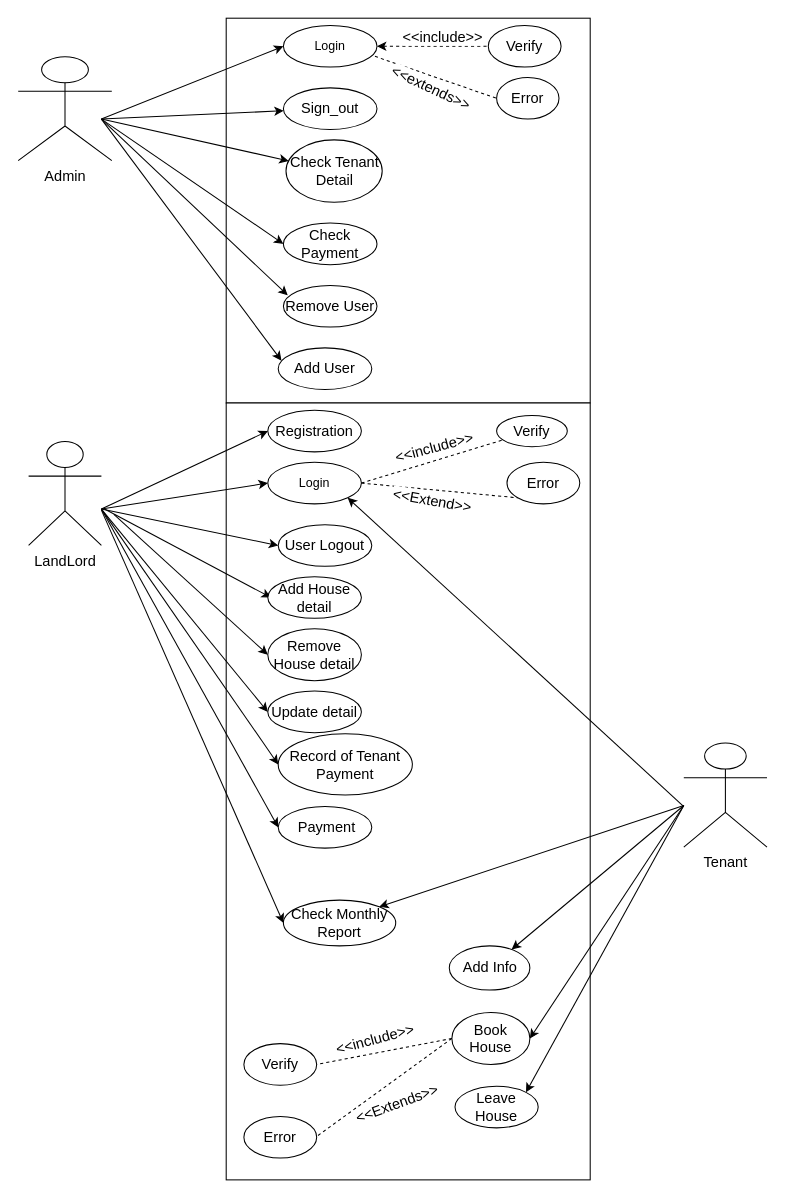
This is page "UseCase" (5 of 5) of GharBeti(Diagrams).drawio from Sbdpratik/gharbeti, a draw.io file, before an edit. Source tidied: cells renumbered, new cells numbered last; positions are measured from the earlier drawing's top-left corner, leaving out a move shared by most shapes. Both pictures are drawn from the tidied source at 104%, with x=0, y=0 at pixel (18, 18).
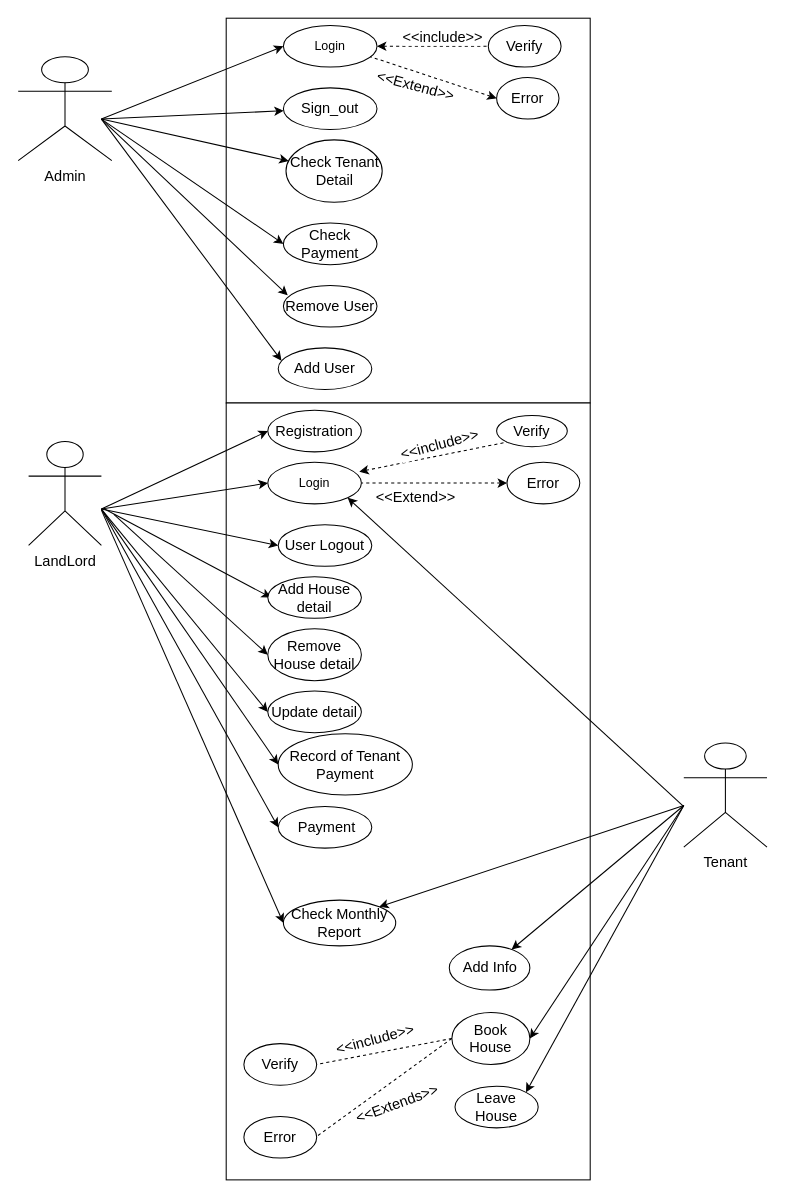
The same page after the edit.

The change refers to these unchanged cells:
```xml
<mxCell id="4" value="Login" style="ellipse;whiteSpace=wrap;html=1;" parent="1" vertex="1">
  <mxGeometry x="255" y="7" width="90" height="40" as="geometry" />
</mxCell>
<mxCell id="9" value="Login" style="ellipse;whiteSpace=wrap;html=1;" parent="1" vertex="1">
  <mxGeometry x="240" y="427" width="90" height="40" as="geometry" />
</mxCell>
<mxCell id="12" value="&lt;font style=&quot;font-size: 14px&quot;&gt;Error&lt;/font&gt;" style="ellipse;whiteSpace=wrap;html=1;" parent="1" vertex="1">
  <mxGeometry x="460" y="57" width="60" height="40" as="geometry" />
</mxCell>
<mxCell id="35" value="&lt;font style=&quot;font-size: 14px&quot;&gt;Error&lt;/font&gt;" style="ellipse;whiteSpace=wrap;html=1;" parent="1" vertex="1">
  <mxGeometry x="470" y="427" width="70" height="40" as="geometry" />
</mxCell>
<mxCell id="36" value="&lt;font style=&quot;font-size: 14px&quot;&gt;Verify&lt;/font&gt;" style="ellipse;whiteSpace=wrap;html=1;" parent="1" vertex="1">
  <mxGeometry x="460" y="382" width="68" height="30" as="geometry" />
</mxCell>
```

Change to the diagram source:
```diff
@@
-    <mxCell id="16" style="endArrow=none;dashed=1;html=1;entryX=0;entryY=0.5;entryDx=0;entryDy=0;exitX=0.978;exitY=0.742;exitDx=0;exitDy=0;exitPerimeter=0;" parent="1" edge="1" source="4" target="12">
-      <mxGeometry relative="1" as="geometry" />
-    </mxCell>
-    <mxCell id="17" value="&lt;font style=&quot;font-size: 14px&quot;&gt;&amp;lt;&amp;lt;extends&amp;gt;&amp;gt;&lt;/font&gt;" style="edgeLabel;html=1;align=center;verticalAlign=middle;rotation=25;" parent="16" vertex="1">
-      <mxGeometry x="0.22" y="-1" relative="1" as="geometry">
-        <mxPoint x="-17" y="4" as="offset" />
-      </mxGeometry>
-    </mxCell>
@@
-    <mxCell id="37" style="endArrow=none;dashed=1;html=1;exitX=1;exitY=0.5;exitDx=0;exitDy=0;" parent="1" edge="1" source="9" target="36">
-      <mxGeometry relative="1" as="geometry" />
-    </mxCell>
-    <mxCell id="38" value="&lt;font style=&quot;font-size: 14px&quot;&gt;&amp;lt;&amp;lt;include&amp;gt;&amp;gt;&lt;/font&gt;" style="edgeLabel;html=1;align=center;verticalAlign=middle;rotation=-15;" parent="37" vertex="1">
-      <mxGeometry x="-0.22" y="1" relative="1" as="geometry">
-        <mxPoint x="17" y="-17" as="offset" />
-      </mxGeometry>
-    </mxCell>
-    <mxCell id="39" style="endArrow=none;dashed=1;html=1;exitX=1;exitY=0.5;exitDx=0;exitDy=0;entryX=0;entryY=1;entryDx=0;entryDy=0;" parent="1" edge="1" source="9" target="35">
-      <mxGeometry relative="1" as="geometry" />
-    </mxCell>
-    <mxCell id="40" value="&lt;font style=&quot;font-size: 14px&quot;&gt;&amp;lt;&amp;lt;Extend&amp;gt;&amp;gt;&lt;/font&gt;" style="edgeLabel;html=1;align=center;verticalAlign=middle;rotation=10;" parent="39" vertex="1">
-      <mxGeometry x="-0.2" y="-1" relative="1" as="geometry">
-        <mxPoint x="8" y="10" as="offset" />
-      </mxGeometry>
-    </mxCell>
@@
+    <mxCell id="63" style="endArrow=none;dashed=1;html=1;entryX=0;entryY=0.5;entryDx=0;entryDy=0;startArrow=classic;startFill=1;exitX=0;exitY=0.5;exitDx=0;exitDy=0;" parent="1" edge="1" source="12">
+      <mxGeometry relative="1" as="geometry">
+        <mxPoint x="338.5" y="37" as="targetPoint" />
+      </mxGeometry>
+    </mxCell>
+    <mxCell id="64" value="&lt;font style=&quot;font-size: 14px&quot;&gt;&amp;lt;&amp;lt;Extend&amp;gt;&amp;gt;&lt;/font&gt;" style="edgeLabel;html=1;align=center;verticalAlign=middle;rotation=15;" parent="63" vertex="1">
+      <mxGeometry x="0.25" y="2" relative="1" as="geometry">
+        <mxPoint x="-2" y="11" as="offset" />
+      </mxGeometry>
+    </mxCell>
+    <mxCell id="37" style="endArrow=none;dashed=1;html=1;startArrow=classic;startFill=1;entryX=0;entryY=1;entryDx=0;entryDy=0;exitX=0.978;exitY=0.225;exitDx=0;exitDy=0;exitPerimeter=0;" parent="1" edge="1" source="9" target="36">
+      <mxGeometry relative="1" as="geometry" />
+    </mxCell>
+    <mxCell id="38" value="&lt;font style=&quot;font-size: 14px&quot;&gt;&amp;lt;&amp;lt;include&amp;gt;&amp;gt;&lt;/font&gt;" style="edgeLabel;html=1;align=center;verticalAlign=middle;rotation=-15;" parent="37" vertex="1">
+      <mxGeometry x="0.25" y="2" relative="1" as="geometry">
+        <mxPoint x="-11.5" y="-7" as="offset" />
+      </mxGeometry>
+    </mxCell>
+    <mxCell id="65" style="endArrow=none;dashed=1;html=1;entryX=0;entryY=0.5;entryDx=0;entryDy=0;startArrow=classic;startFill=1;exitX=0;exitY=0.5;exitDx=0;exitDy=0;" parent="1" edge="1" source="35">
+      <mxGeometry relative="1" as="geometry">
+        <mxPoint x="330.5" y="447" as="targetPoint" />
+      </mxGeometry>
+    </mxCell>
+    <mxCell id="66" value="&lt;font style=&quot;font-size: 14px&quot;&gt;&amp;lt;&amp;lt;Extend&amp;gt;&amp;gt;&lt;/font&gt;" style="edgeLabel;html=1;align=center;verticalAlign=middle;rotation=0;" parent="65" vertex="1">
+      <mxGeometry x="0.25" y="2" relative="1" as="geometry">
+        <mxPoint x="-2" y="11" as="offset" />
+      </mxGeometry>
+    </mxCell>
```
